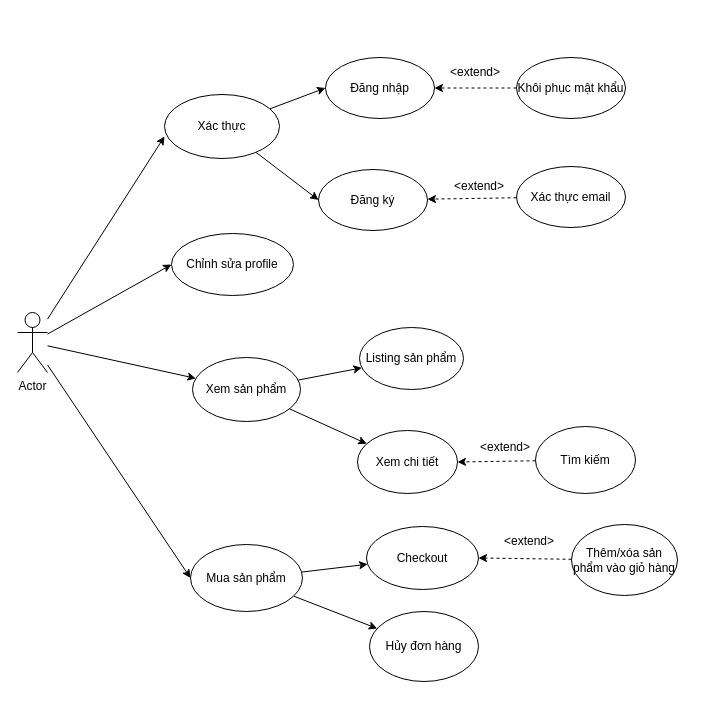
This is page "use-case" (1 of 2) of usecase.drawio from shifuvn/diagram, a draw.io file, before an edit. Source tidied: cells renumbered, new cells numbered last; positions are measured from the earlier drawing's top-left corner, leaving out a move shared by most shapes. Both pictures are drawn from the tidied source at 100%, with x=0, y=0 at pixel (17, 57).
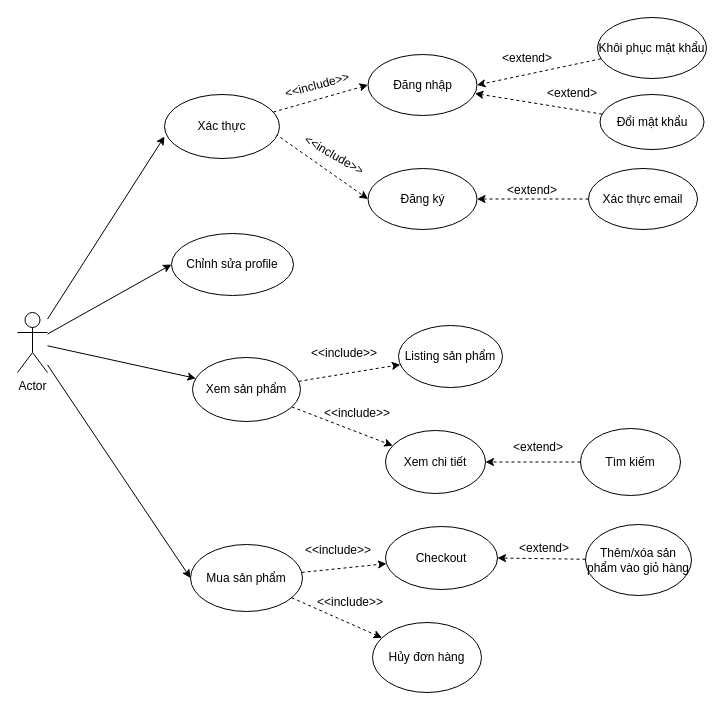
After the change.

The change refers to these unchanged cells:
```xml
<mxCell id="9" value="Xác thực" style="ellipse;whiteSpace=wrap;html=1;" parent="1" vertex="1">
  <mxGeometry x="147" y="37" width="115" height="64" as="geometry" />
</mxCell>
<mxCell id="18" value="Mua sản phẩm" style="ellipse;whiteSpace=wrap;html=1;" parent="1" vertex="1">
  <mxGeometry x="173" y="487" width="112" height="67" as="geometry" />
</mxCell>
<mxCell id="21" value="Xem sản phẩm" style="ellipse;whiteSpace=wrap;html=1;" parent="1" vertex="1">
  <mxGeometry x="175" y="300" width="108" height="64" as="geometry" />
</mxCell>
```

Change to the diagram source:
```diff
@@
-    <mxCell id="7" style="edgeStyle=none;rounded=0;jettySize=auto;html=1;entryX=0;entryY=0.5;entryDx=0;entryDy=0;" parent="1" edge="1" source="9" target="10">
+    <mxCell id="7" style="edgeStyle=none;rounded=0;jettySize=auto;html=1;entryX=0;entryY=0.5;entryDx=0;entryDy=0;dashed=1;" parent="1" edge="1" source="9" target="10">
       <mxGeometry relative="1" as="geometry" />
     </mxCell>
-    <mxCell id="8" style="edgeStyle=none;rounded=0;jettySize=auto;html=1;entryX=0;entryY=0.5;entryDx=0;entryDy=0;" parent="1" edge="1" source="9" target="11">
-      <mxGeometry relative="1" as="geometry" />
+    <mxCell id="8" style="edgeStyle=none;rounded=0;jettySize=auto;html=1;entryX=0;entryY=0.5;entryDx=0;entryDy=0;dashed=1;" parent="1" edge="1" target="11">
+      <mxGeometry relative="1" as="geometry">
+        <mxPoint x="258" y="76.5" as="sourcePoint" />
+      </mxGeometry>
     </mxCell>
@@
     <mxCell id="10" value="Đăng nhập" style="ellipse;whiteSpace=wrap;html=1;" parent="1" vertex="1">
-      <mxGeometry x="308" width="109" height="61" as="geometry" />
+      <mxGeometry x="350.5" y="-3" width="109" height="61" as="geometry" />
     </mxCell>
     <mxCell id="11" value="Đăng ký" style="ellipse;whiteSpace=wrap;html=1;" parent="1" vertex="1">
-      <mxGeometry x="301" y="112" width="109" height="61" as="geometry" />
+      <mxGeometry x="350.5" y="111" width="109" height="61" as="geometry" />
     </mxCell>
@@
     <mxCell id="13" value="Xác thực email" style="ellipse;whiteSpace=wrap;html=1;" parent="1" vertex="1">
-      <mxGeometry x="499" y="109" width="109" height="61" as="geometry" />
+      <mxGeometry x="571" y="111" width="109" height="61" as="geometry" />
     </mxCell>
@@
     <mxCell id="15" value="Khôi phục mật khẩu" style="ellipse;whiteSpace=wrap;html=1;" parent="1" vertex="1">
-      <mxGeometry x="499" width="109" height="61" as="geometry" />
+      <mxGeometry x="580" y="-40" width="109" height="61" as="geometry" />
     </mxCell>
-    <mxCell id="16" style="edgeStyle=none;rounded=0;jettySize=auto;html=1;" parent="1" edge="1" source="18" target="29">
+    <mxCell id="16" style="edgeStyle=none;rounded=0;jettySize=auto;html=1;dashed=1;" parent="1" edge="1" source="18" target="29">
       <mxGeometry relative="1" as="geometry" />
     </mxCell>
-    <mxCell id="17" style="edgeStyle=none;rounded=0;jettySize=auto;html=1;" parent="1" edge="1" source="18" target="28">
+    <mxCell id="17" style="edgeStyle=none;rounded=0;jettySize=auto;html=1;dashed=1;" parent="1" edge="1" source="18" target="28">
       <mxGeometry relative="1" as="geometry" />
     </mxCell>
@@
-    <mxCell id="19" style="edgeStyle=none;rounded=0;jettySize=auto;html=1;" parent="1" edge="1" source="21" target="22">
+    <mxCell id="19" style="edgeStyle=none;rounded=0;jettySize=auto;html=1;dashed=1;" parent="1" edge="1" source="21" target="22">
       <mxGeometry relative="1" as="geometry" />
     </mxCell>
-    <mxCell id="20" style="edgeStyle=none;rounded=0;jettySize=auto;html=1;" parent="1" edge="1" source="21" target="23">
+    <mxCell id="20" style="edgeStyle=none;rounded=0;jettySize=auto;html=1;dashed=1;" parent="1" edge="1" source="21" target="23">
       <mxGeometry relative="1" as="geometry" />
     </mxCell>
@@
     <mxCell id="22" value="Listing sản phẩm" style="ellipse;whiteSpace=wrap;html=1;" parent="1" vertex="1">
-      <mxGeometry x="342" y="270" width="104" height="62" as="geometry" />
+      <mxGeometry x="381" y="268" width="104" height="62" as="geometry" />
     </mxCell>
     <mxCell id="23" value="Xem chi tiết" style="ellipse;whiteSpace=wrap;html=1;" parent="1" vertex="1">
-      <mxGeometry x="340" y="373" width="100" height="63" as="geometry" />
+      <mxGeometry x="368" y="373" width="100" height="63" as="geometry" />
     </mxCell>
@@
     <mxCell id="25" value="Tìm kiếm" style="ellipse;whiteSpace=wrap;html=1;" parent="1" vertex="1">
-      <mxGeometry x="518" y="369" width="100" height="67" as="geometry" />
+      <mxGeometry x="563" y="371" width="100" height="67" as="geometry" />
     </mxCell>
@@
     <mxCell id="27" value="Thêm/xóa sản phẩm vào giỏ hàng" style="ellipse;whiteSpace=wrap;html=1;" parent="1" vertex="1">
-      <mxGeometry x="554" y="467" width="106" height="71" as="geometry" />
+      <mxGeometry x="568" y="467" width="106" height="71" as="geometry" />
     </mxCell>
     <mxCell id="28" value="Hủy đơn hàng" style="ellipse;whiteSpace=wrap;html=1;" parent="1" vertex="1">
-      <mxGeometry x="352" y="554" width="109" height="70" as="geometry" />
+      <mxGeometry x="355" y="565" width="109" height="70" as="geometry" />
     </mxCell>
     <mxCell id="29" value="Checkout" style="ellipse;whiteSpace=wrap;html=1;" parent="1" vertex="1">
-      <mxGeometry x="349" y="469" width="112" height="63" as="geometry" />
+      <mxGeometry x="368" y="469" width="112" height="63" as="geometry" />
     </mxCell>
     <mxCell id="30" value="&amp;lt;extend&amp;gt;" style="text;html=1;strokeColor=none;fillColor=none;align=center;verticalAlign=middle;whiteSpace=wrap;rounded=0;" parent="1" vertex="1">
-      <mxGeometry x="458" y="375" width="60" height="30" as="geometry" />
+      <mxGeometry x="491" y="375" width="60" height="30" as="geometry" />
     </mxCell>
     <mxCell id="31" value="&amp;lt;extend&amp;gt;" style="text;html=1;strokeColor=none;fillColor=none;align=center;verticalAlign=middle;whiteSpace=wrap;rounded=0;" parent="1" vertex="1">
-      <mxGeometry x="432" y="114" width="60" height="30" as="geometry" />
+      <mxGeometry x="485" y="118" width="60" height="30" as="geometry" />
     </mxCell>
     <mxCell id="32" value="&amp;lt;extend&amp;gt;" style="text;html=1;strokeColor=none;fillColor=none;align=center;verticalAlign=middle;whiteSpace=wrap;rounded=0;" parent="1" vertex="1">
-      <mxGeometry x="428" width="60" height="30" as="geometry" />
+      <mxGeometry x="480" y="-14" width="60" height="30" as="geometry" />
     </mxCell>
@@
     <mxCell id="34" value="&amp;lt;extend&amp;gt;" style="text;html=1;strokeColor=none;fillColor=none;align=center;verticalAlign=middle;whiteSpace=wrap;rounded=0;" parent="1" vertex="1">
-      <mxGeometry x="482" y="469" width="60" height="30" as="geometry" />
+      <mxGeometry x="497" y="476" width="60" height="30" as="geometry" />
     </mxCell>
+    <mxCell id="35" value="&amp;lt;&amp;lt;include&amp;gt;&amp;gt;" style="text;html=1;strokeColor=none;fillColor=none;align=center;verticalAlign=middle;whiteSpace=wrap;rounded=0;fontSize=12;rotation=-15;" parent="1" vertex="1">
+      <mxGeometry x="270" y="12.5" width="60" height="30" as="geometry" />
+    </mxCell>
+    <mxCell id="36" value="&amp;lt;&amp;lt;include&amp;gt;&amp;gt;" style="text;html=1;strokeColor=none;fillColor=none;align=center;verticalAlign=middle;whiteSpace=wrap;rounded=0;fontSize=12;rotation=30;" parent="1" vertex="1">
+      <mxGeometry x="287" y="83" width="60" height="30" as="geometry" />
+    </mxCell>
+    <mxCell id="37" value="&amp;lt;&amp;lt;include&amp;gt;&amp;gt;" style="text;html=1;strokeColor=none;fillColor=none;align=center;verticalAlign=middle;whiteSpace=wrap;rounded=0;fontSize=12;rotation=0;" parent="1" vertex="1">
+      <mxGeometry x="297" y="281" width="60" height="30" as="geometry" />
+    </mxCell>
+    <mxCell id="38" value="&amp;lt;&amp;lt;include&amp;gt;&amp;gt;" style="text;html=1;strokeColor=none;fillColor=none;align=center;verticalAlign=middle;whiteSpace=wrap;rounded=0;fontSize=12;rotation=0;" parent="1" vertex="1">
+      <mxGeometry x="310" y="341" width="60" height="30" as="geometry" />
+    </mxCell>
+    <mxCell id="39" value="&amp;lt;&amp;lt;include&amp;gt;&amp;gt;" style="text;html=1;strokeColor=none;fillColor=none;align=center;verticalAlign=middle;whiteSpace=wrap;rounded=0;fontSize=12;rotation=0;" parent="1" vertex="1">
+      <mxGeometry x="290.5" y="478" width="60" height="30" as="geometry" />
+    </mxCell>
+    <mxCell id="40" value="&amp;lt;&amp;lt;include&amp;gt;&amp;gt;" style="text;html=1;strokeColor=none;fillColor=none;align=center;verticalAlign=middle;whiteSpace=wrap;rounded=0;fontSize=12;rotation=0;" parent="1" vertex="1">
+      <mxGeometry x="303" y="530" width="60" height="30" as="geometry" />
+    </mxCell>
+    <mxCell id="41" style="rounded=0;jettySize=auto;html=1;dashed=1;fontSize=12;endArrow=classic;endFill=1;" parent="1" edge="1" source="42" target="10">
+      <mxGeometry relative="1" as="geometry" />
+    </mxCell>
+    <mxCell id="42" value="Đổi mật khẩu" style="ellipse;whiteSpace=wrap;html=1;fontSize=12;" parent="1" vertex="1">
+      <mxGeometry x="582.5" y="37" width="104" height="55" as="geometry" />
+    </mxCell>
+    <mxCell id="43" value="&amp;lt;extend&amp;gt;" style="text;html=1;strokeColor=none;fillColor=none;align=center;verticalAlign=middle;whiteSpace=wrap;rounded=0;" parent="1" vertex="1">
+      <mxGeometry x="525" y="21" width="60" height="30" as="geometry" />
+    </mxCell>
```
